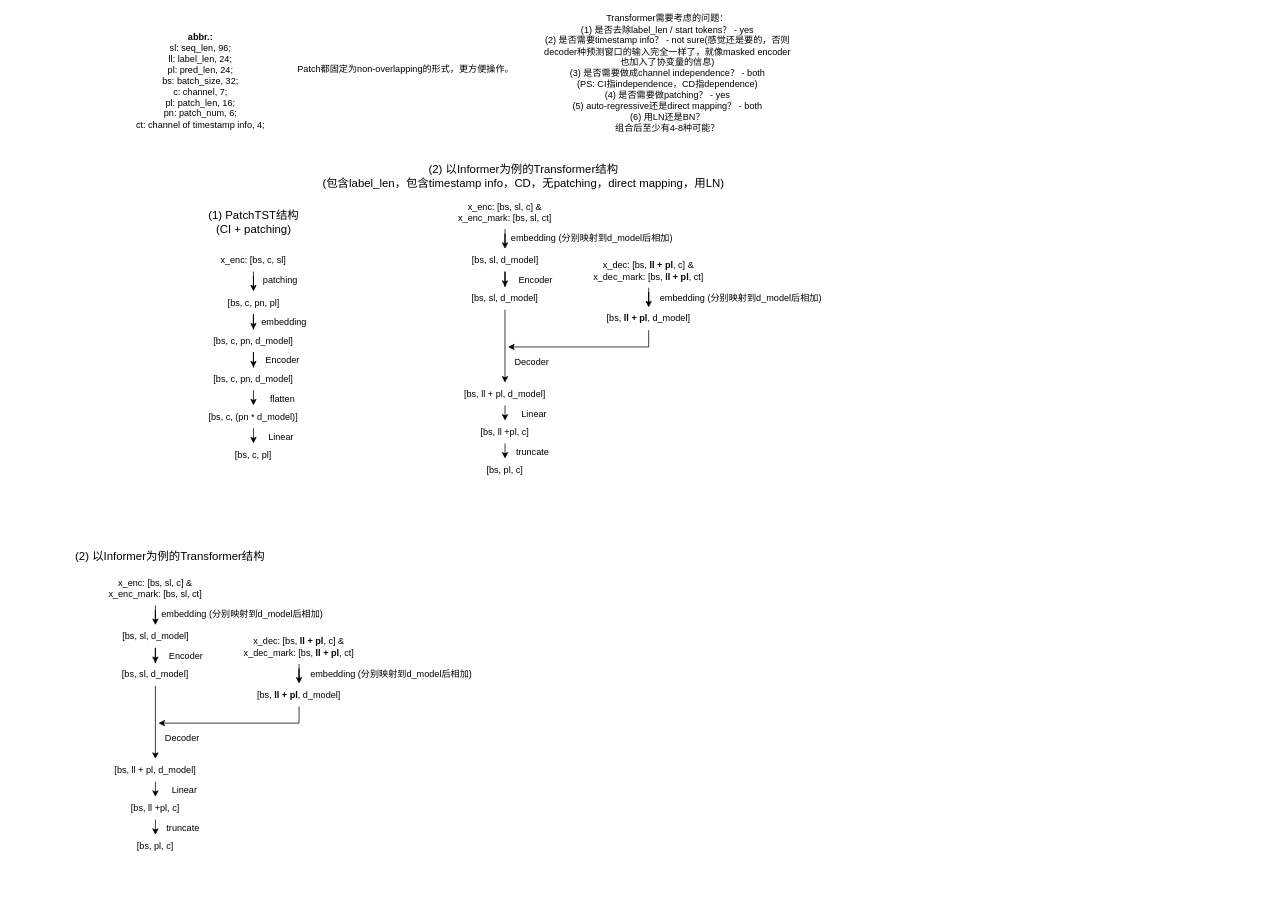
This is TSF_Transformer架构探讨.drawio from HALF111/Research_figures, a draw.io file, before an edit. Source tidied: cells renumbered, new cells numbered last; positions are measured from the earlier drawing's top-left corner, leaving out a move shared by most shapes. Both pictures are drawn from the tidied source at 76%, with x=0, y=0 at pixel (67, 27).
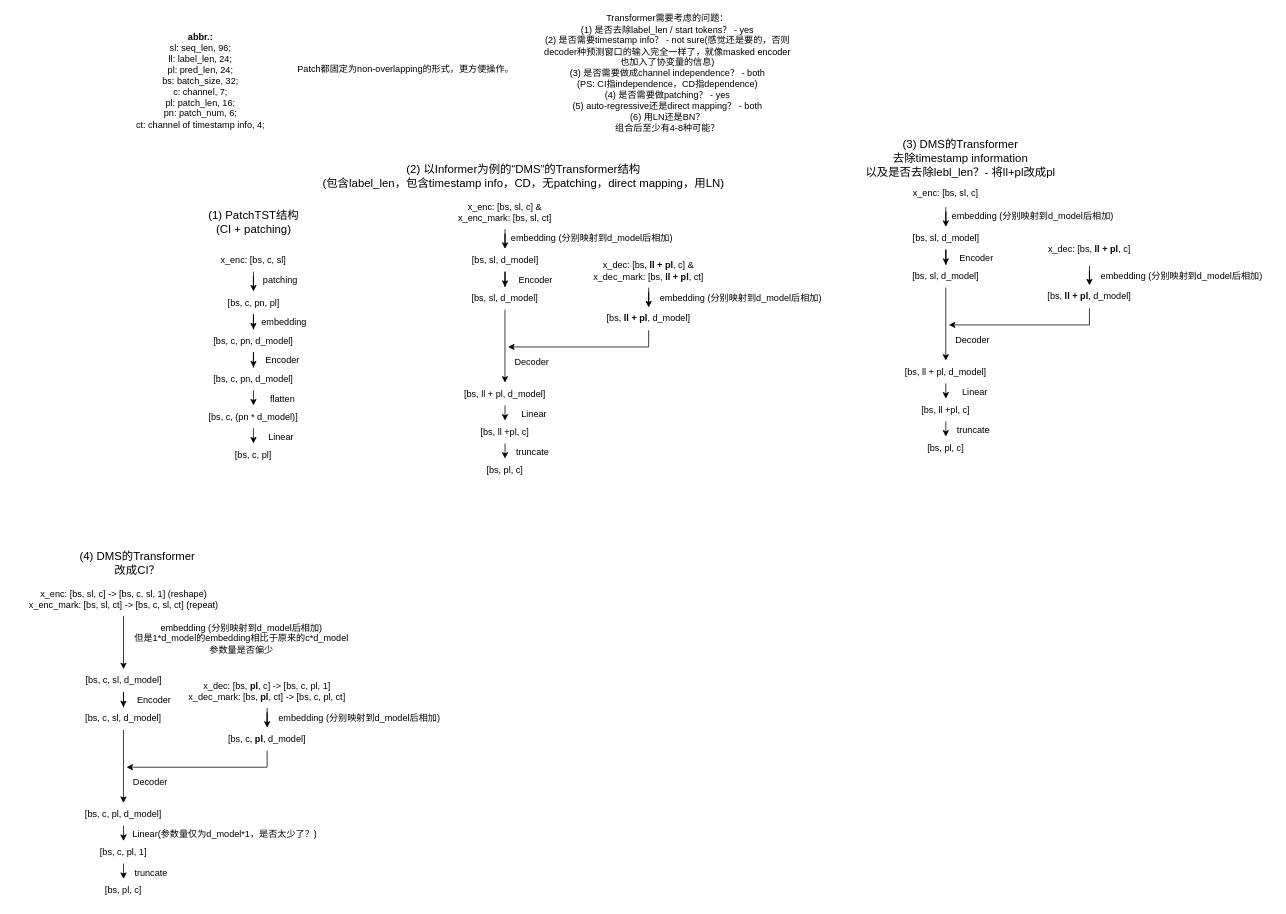
The same page after the edit.

Commit message (it also covers changes not shown here):
更新TSF_Transformer架构探讨.drawio

Diff of the diagram source:
```diff
@@
-    <mxCell id="43" value="&lt;font style=&quot;font-size: 15px;&quot;&gt;(2) 以Informer为例的Transformer结构&lt;/font&gt;&lt;div&gt;&lt;font style=&quot;font-size: 15px;&quot;&gt;(包含label_len，包含timestamp info，CD，无patching，direct mapping，用LN)&lt;/font&gt;&lt;/div&gt;" style="text;html=1;align=center;verticalAlign=middle;strokeColor=none;fillColor=none;" parent="1" vertex="1">
+    <mxCell id="43" value="&lt;font style=&quot;font-size: 15px;&quot;&gt;(2) 以Informer为例的“DMS”的Transformer结构&lt;/font&gt;&lt;div&gt;&lt;font style=&quot;font-size: 15px;&quot;&gt;(包含label_len，包含timestamp info，CD，无patching，direct mapping，用LN)&lt;/font&gt;&lt;/div&gt;" style="text;html=1;align=center;verticalAlign=middle;strokeColor=none;fillColor=none;" parent="1" vertex="1">
       <mxGeometry x="325" y="170" width="550" height="50" as="geometry" />
     </mxCell>
-    <mxCell id="44" style="edgeStyle=orthogonalEdgeStyle;rounded=0;jettySize=auto;html=1;entryX=0.5;entryY=0;entryDx=0;entryDy=0;" parent="1" edge="1" source="45" target="47">
+    <mxCell id="44" style="edgeStyle=orthogonalEdgeStyle;rounded=0;jettySize=auto;html=1;entryX=0.5;entryY=0;entryDx=0;entryDy=0;exitX=0.5;exitY=1;exitDx=0;exitDy=0;" parent="1" edge="1" source="45" target="47">
       <mxGeometry relative="1" as="geometry" />
     </mxCell>
-    <mxCell id="45" value="x_enc: [bs, sl, c] &amp;amp;&lt;div&gt;x_enc_mark: [bs, sl, ct]&lt;/div&gt;" style="text;html=1;align=center;verticalAlign=middle;whiteSpace=wrap;rounded=0;" parent="1" vertex="1">
-      <mxGeometry x="41" y="715" width="150" height="45" as="geometry" />
+    <mxCell id="45" value="x_enc: [bs, sl, c] -&amp;gt; [bs, c, sl, 1] (reshape)&lt;div&gt;x_enc_mark: [bs, sl, ct] -&amp;gt; [bs, c, sl, ct] (repeat)&lt;/div&gt;" style="text;html=1;align=center;verticalAlign=middle;whiteSpace=wrap;rounded=0;" parent="1" vertex="1">
+      <mxGeometry x="-71.5" y="729" width="291" height="45" as="geometry" />
     </mxCell>
@@
-    <mxCell id="47" value="[bs, sl, d_model]" style="text;html=1;align=center;verticalAlign=middle;whiteSpace=wrap;rounded=0;" parent="1" vertex="1">
-      <mxGeometry x="63.5" y="786" width="105" height="30" as="geometry" />
+    <mxCell id="47" value="[bs, c, sl, d_model]" style="text;html=1;align=center;verticalAlign=middle;whiteSpace=wrap;rounded=0;" parent="1" vertex="1">
+      <mxGeometry x="21.5" y="844" width="105" height="30" as="geometry" />
     </mxCell>
-    <mxCell id="48" value="embedding (分别映射到d_model后相加)" style="text;html=1;align=center;verticalAlign=middle;strokeColor=none;fillColor=none;" parent="1" vertex="1">
-      <mxGeometry x="110" y="757" width="240" height="30" as="geometry" />
+    <mxCell id="48" value="embedding (分别映射到d_model后相加)&lt;div&gt;但是1*d_model的embedding相比于原来的c*d_model&lt;/div&gt;&lt;div&gt;参数量是否偏少&lt;/div&gt;" style="text;html=1;align=center;verticalAlign=middle;strokeColor=none;fillColor=none;" parent="1" vertex="1">
+      <mxGeometry x="79" y="774" width="300" height="60" as="geometry" />
     </mxCell>
@@
-    <mxCell id="50" value="[bs, sl, d_model]" style="text;html=1;align=center;verticalAlign=middle;whiteSpace=wrap;rounded=0;" parent="1" vertex="1">
-      <mxGeometry x="47.2" y="836" width="137.5" height="30" as="geometry" />
+    <mxCell id="50" value="[bs, c, sl, d_model]" style="text;html=1;align=center;verticalAlign=middle;whiteSpace=wrap;rounded=0;" parent="1" vertex="1">
+      <mxGeometry x="5.2" y="894" width="137.5" height="30" as="geometry" />
     </mxCell>
@@
-    <mxCell id="52" value="[bs, ll + pl, d_model]" style="text;html=1;align=center;verticalAlign=middle;whiteSpace=wrap;rounded=0;" parent="1" vertex="1">
-      <mxGeometry x="47.2" y="962" width="137.5" height="30" as="geometry" />
+    <mxCell id="52" value="[bs, c, pl, d_model]" style="text;html=1;align=center;verticalAlign=middle;whiteSpace=wrap;rounded=0;" parent="1" vertex="1">
+      <mxGeometry x="5.2" y="1020" width="137.5" height="30" as="geometry" />
     </mxCell>
@@
-    <mxCell id="54" value="[bs, ll +pl, c]" style="text;html=1;align=center;verticalAlign=middle;whiteSpace=wrap;rounded=0;" parent="1" vertex="1">
-      <mxGeometry x="47.2" y="1012" width="137.5" height="30" as="geometry" />
+    <mxCell id="54" value="[bs, c, pl, 1]" style="text;html=1;align=center;verticalAlign=middle;whiteSpace=wrap;rounded=0;" parent="1" vertex="1">
+      <mxGeometry x="5.2" y="1070" width="137.5" height="30" as="geometry" />
     </mxCell>
     <mxCell id="55" value="[bs, pl, c]" style="text;html=1;align=center;verticalAlign=middle;whiteSpace=wrap;rounded=0;" parent="1" vertex="1">
-      <mxGeometry x="47.2" y="1062" width="137.5" height="30" as="geometry" />
+      <mxGeometry x="5.2" y="1120" width="137.5" height="30" as="geometry" />
     </mxCell>
     <mxCell id="56" value="Encoder" style="text;html=1;align=center;verticalAlign=middle;strokeColor=none;fillColor=none;" parent="1" vertex="1">
-      <mxGeometry x="121" y="812" width="70" height="30" as="geometry" />
+      <mxGeometry x="79" y="870" width="70" height="30" as="geometry" />
     </mxCell>
     <mxCell id="57" value="Decoder" style="text;html=1;align=center;verticalAlign=middle;strokeColor=none;fillColor=none;" parent="1" vertex="1">
-      <mxGeometry x="116" y="920" width="70" height="30" as="geometry" />
+      <mxGeometry x="74" y="978" width="70" height="30" as="geometry" />
     </mxCell>
-    <mxCell id="58" value="Linear" style="text;html=1;align=center;verticalAlign=middle;strokeColor=none;fillColor=none;" parent="1" vertex="1">
-      <mxGeometry x="124" y="989" width="60" height="30" as="geometry" />
+    <mxCell id="58" value="Linear(参数量仅为d_model*1，是否太少了？)" style="text;html=1;align=center;verticalAlign=middle;strokeColor=none;fillColor=none;" parent="1" vertex="1">
+      <mxGeometry x="72" y="1046" width="270" height="30" as="geometry" />
     </mxCell>
     <mxCell id="59" value="truncate" style="text;html=1;align=center;verticalAlign=middle;strokeColor=none;fillColor=none;" parent="1" vertex="1">
-      <mxGeometry x="117" y="1039" width="70" height="30" as="geometry" />
+      <mxGeometry x="75" y="1097" width="70" height="30" as="geometry" />
     </mxCell>
@@
-    <mxCell id="61" value="x_dec: [bs, &lt;b&gt;ll + pl&lt;/b&gt;, c] &amp;amp;&lt;div&gt;x_dec_mark: [bs, &lt;b&gt;ll + pl&lt;/b&gt;, ct]&lt;/div&gt;" style="text;html=1;align=center;verticalAlign=middle;whiteSpace=wrap;rounded=0;" parent="1" vertex="1">
-      <mxGeometry x="230" y="792" width="150" height="45" as="geometry" />
+    <mxCell id="61" value="x_dec: [bs, &lt;b&gt;pl&lt;/b&gt;, c] -&amp;gt; [bs, c, pl, 1]&lt;div&gt;x_dec_mark: [bs, &lt;b&gt;pl&lt;/b&gt;, ct] -&amp;gt; [bs, c, pl, ct]&lt;/div&gt;" style="text;html=1;align=center;verticalAlign=middle;whiteSpace=wrap;rounded=0;" parent="1" vertex="1">
+      <mxGeometry x="143" y="850" width="240" height="45" as="geometry" />
     </mxCell>
-    <mxCell id="62" value="[bs, &lt;b&gt;ll + pl&lt;/b&gt;, d_model]" style="text;html=1;align=center;verticalAlign=middle;whiteSpace=wrap;rounded=0;" parent="1" vertex="1">
-      <mxGeometry x="240" y="863" width="130" height="30" as="geometry" />
+    <mxCell id="62" value="[bs, c,&amp;nbsp;&lt;b&gt;pl&lt;/b&gt;, d_model]" style="text;html=1;align=center;verticalAlign=middle;whiteSpace=wrap;rounded=0;" parent="1" vertex="1">
+      <mxGeometry x="198" y="921" width="130" height="30" as="geometry" />
     </mxCell>
     <mxCell id="63" value="embedding (分别映射到d_model后相加)" style="text;html=1;align=center;verticalAlign=middle;strokeColor=none;fillColor=none;" parent="1" vertex="1">
-      <mxGeometry x="306" y="836" width="240" height="30" as="geometry" />
+      <mxGeometry x="264" y="894" width="240" height="30" as="geometry" />
     </mxCell>
     <mxCell id="64" style="endArrow=classic;html=1;rounded=0;exitX=0.5;exitY=1;exitDx=0;exitDy=0;" parent="1" edge="1" source="62">
       <mxGeometry relative="1" as="geometry">
-        <mxPoint x="120" y="915" as="targetPoint" />
+        <mxPoint x="78" y="973" as="targetPoint" />
         <Array as="points">
-          <mxPoint x="305" y="915" />
+          <mxPoint x="263" y="973" />
         </Array>
       </mxGeometry>
     </mxCell>
-    <mxCell id="65" value="&lt;font style=&quot;font-size: 15px;&quot;&gt;(2) 以Informer为例的Transformer结构&lt;/font&gt;" style="text;html=1;align=center;verticalAlign=middle;strokeColor=none;fillColor=none;" parent="1" vertex="1">
-      <mxGeometry y="680" width="270" height="30" as="geometry" />
+    <mxCell id="65" value="&lt;font style=&quot;font-size: 15px;&quot;&gt;(4)&amp;nbsp;&lt;/font&gt;&lt;span style=&quot;font-size: 15px;&quot;&gt;DMS的Transformer&lt;/span&gt;&lt;div&gt;&lt;span style=&quot;font-size: 15px;&quot;&gt;改成CI？&lt;/span&gt;&lt;/div&gt;" style="text;html=1;align=center;verticalAlign=middle;strokeColor=none;fillColor=none;" parent="1" vertex="1">
+      <mxGeometry x="1.5" y="679" width="180" height="50" as="geometry" />
     </mxCell>
+    <mxCell id="66" style="edgeStyle=orthogonalEdgeStyle;rounded=0;jettySize=auto;html=1;entryX=0.5;entryY=0;entryDx=0;entryDy=0;" parent="1" edge="1" source="67" target="69">
+      <mxGeometry relative="1" as="geometry" />
+    </mxCell>
+    <mxCell id="67" value="x_enc: [bs, sl, c]" style="text;html=1;align=center;verticalAlign=middle;whiteSpace=wrap;rounded=0;" parent="1" vertex="1">
+      <mxGeometry x="1081" y="200" width="150" height="36" as="geometry" />
+    </mxCell>
+    <mxCell id="68" style="edgeStyle=orthogonalEdgeStyle;rounded=0;jettySize=auto;html=1;entryX=0.5;entryY=0;entryDx=0;entryDy=0;" parent="1" edge="1" source="69" target="72">
+      <mxGeometry relative="1" as="geometry" />
+    </mxCell>
+    <mxCell id="69" value="[bs, sl, d_model]" style="text;html=1;align=center;verticalAlign=middle;whiteSpace=wrap;rounded=0;" parent="1" vertex="1">
+      <mxGeometry x="1103.5" y="262" width="105" height="30" as="geometry" />
+    </mxCell>
+    <mxCell id="70" value="embedding (分别映射到d_model后相加)" style="text;html=1;align=center;verticalAlign=middle;strokeColor=none;fillColor=none;" parent="1" vertex="1">
+      <mxGeometry x="1150" y="233" width="240" height="30" as="geometry" />
+    </mxCell>
+    <mxCell id="71" style="edgeStyle=orthogonalEdgeStyle;rounded=0;jettySize=auto;html=1;" parent="1" edge="1" source="72" target="74">
+      <mxGeometry relative="1" as="geometry" />
+    </mxCell>
+    <mxCell id="72" value="[bs, sl, d_model]" style="text;html=1;align=center;verticalAlign=middle;whiteSpace=wrap;rounded=0;" parent="1" vertex="1">
+      <mxGeometry x="1087.2" y="312" width="137.5" height="30" as="geometry" />
+    </mxCell>
+    <mxCell id="73" style="edgeStyle=orthogonalEdgeStyle;rounded=0;jettySize=auto;html=1;entryX=0.5;entryY=0;entryDx=0;entryDy=0;" parent="1" edge="1" source="74" target="76">
+      <mxGeometry relative="1" as="geometry" />
+    </mxCell>
+    <mxCell id="74" value="[bs, ll + pl, d_model]" style="text;html=1;align=center;verticalAlign=middle;whiteSpace=wrap;rounded=0;" parent="1" vertex="1">
+      <mxGeometry x="1087.2" y="438" width="137.5" height="30" as="geometry" />
+    </mxCell>
+    <mxCell id="75" style="edgeStyle=orthogonalEdgeStyle;rounded=0;jettySize=auto;html=1;entryX=0.5;entryY=0;entryDx=0;entryDy=0;" parent="1" edge="1" source="76" target="77">
+      <mxGeometry relative="1" as="geometry" />
+    </mxCell>
+    <mxCell id="76" value="[bs, ll +pl, c]" style="text;html=1;align=center;verticalAlign=middle;whiteSpace=wrap;rounded=0;" parent="1" vertex="1">
+      <mxGeometry x="1087.2" y="488" width="137.5" height="30" as="geometry" />
+    </mxCell>
+    <mxCell id="77" value="[bs, pl, c]" style="text;html=1;align=center;verticalAlign=middle;whiteSpace=wrap;rounded=0;" parent="1" vertex="1">
+      <mxGeometry x="1087.2" y="538" width="137.5" height="30" as="geometry" />
+    </mxCell>
+    <mxCell id="78" value="Encoder" style="text;html=1;align=center;verticalAlign=middle;strokeColor=none;fillColor=none;" parent="1" vertex="1">
+      <mxGeometry x="1161" y="288" width="70" height="30" as="geometry" />
+    </mxCell>
+    <mxCell id="79" value="Decoder" style="text;html=1;align=center;verticalAlign=middle;strokeColor=none;fillColor=none;" parent="1" vertex="1">
+      <mxGeometry x="1156" y="396" width="70" height="30" as="geometry" />
+    </mxCell>
+    <mxCell id="80" value="Linear" style="text;html=1;align=center;verticalAlign=middle;strokeColor=none;fillColor=none;" parent="1" vertex="1">
+      <mxGeometry x="1164" y="465" width="60" height="30" as="geometry" />
+    </mxCell>
+    <mxCell id="81" value="truncate" style="text;html=1;align=center;verticalAlign=middle;strokeColor=none;fillColor=none;" parent="1" vertex="1">
+      <mxGeometry x="1157" y="515" width="70" height="30" as="geometry" />
+    </mxCell>
+    <mxCell id="82" style="edgeStyle=orthogonalEdgeStyle;rounded=0;jettySize=auto;html=1;entryX=0.5;entryY=0;entryDx=0;entryDy=0;" parent="1" edge="1" source="83" target="84">
+      <mxGeometry relative="1" as="geometry" />
+    </mxCell>
+    <mxCell id="83" value="x_dec: [bs, &lt;b&gt;ll + pl&lt;/b&gt;, c]" style="text;html=1;align=center;verticalAlign=middle;whiteSpace=wrap;rounded=0;" parent="1" vertex="1">
+      <mxGeometry x="1270" y="270" width="150" height="43" as="geometry" />
+    </mxCell>
+    <mxCell id="84" value="[bs, &lt;b&gt;ll + pl&lt;/b&gt;, d_model]" style="text;html=1;align=center;verticalAlign=middle;whiteSpace=wrap;rounded=0;" parent="1" vertex="1">
+      <mxGeometry x="1280" y="339" width="130" height="30" as="geometry" />
+    </mxCell>
+    <mxCell id="85" value="embedding (分别映射到d_model后相加)" style="text;html=1;align=center;verticalAlign=middle;strokeColor=none;fillColor=none;" parent="1" vertex="1">
+      <mxGeometry x="1346" y="312" width="240" height="30" as="geometry" />
+    </mxCell>
+    <mxCell id="86" style="endArrow=classic;html=1;rounded=0;exitX=0.5;exitY=1;exitDx=0;exitDy=0;" parent="1" edge="1" source="84">
+      <mxGeometry relative="1" as="geometry">
+        <mxPoint x="1160" y="391" as="targetPoint" />
+        <Array as="points">
+          <mxPoint x="1345" y="391" />
+        </Array>
+      </mxGeometry>
+    </mxCell>
+    <mxCell id="87" value="&lt;font style=&quot;font-size: 15px;&quot;&gt;(3) DMS的Transformer&lt;/font&gt;&lt;div&gt;&lt;font style=&quot;font-size: 15px;&quot;&gt;去除timestamp information&lt;/font&gt;&lt;/div&gt;&lt;div&gt;&lt;font style=&quot;font-size: 15px;&quot;&gt;以及是否去除lebl_len？- 将ll+pl改成pl&lt;/font&gt;&lt;/div&gt;" style="text;html=1;align=center;verticalAlign=middle;strokeColor=none;fillColor=none;" parent="1" vertex="1">
+      <mxGeometry x="1040" y="136" width="270" height="70" as="geometry" />
+    </mxCell>
```
